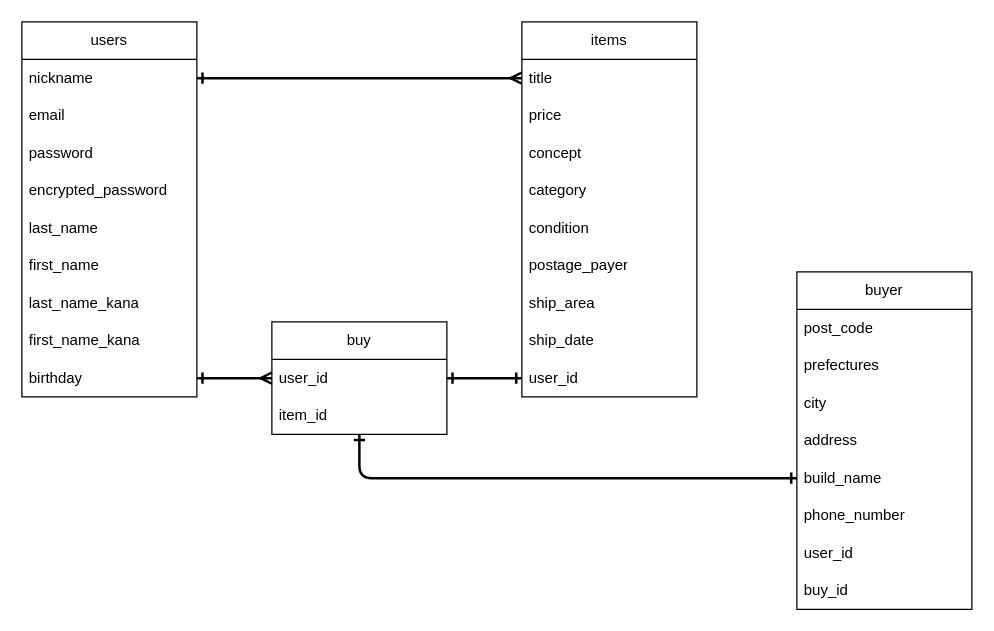
Above: er.dio in nobuyuki-hirai/furima-38643 (draw.io), before the change. Source tidied: cells renumbered, new cells numbered last; positions are measured from the earlier drawing's top-left corner, leaving out a move shared by most shapes. Both pictures are drawn from the tidied source at 125%, with x=0, y=0 at pixel (21, 21).
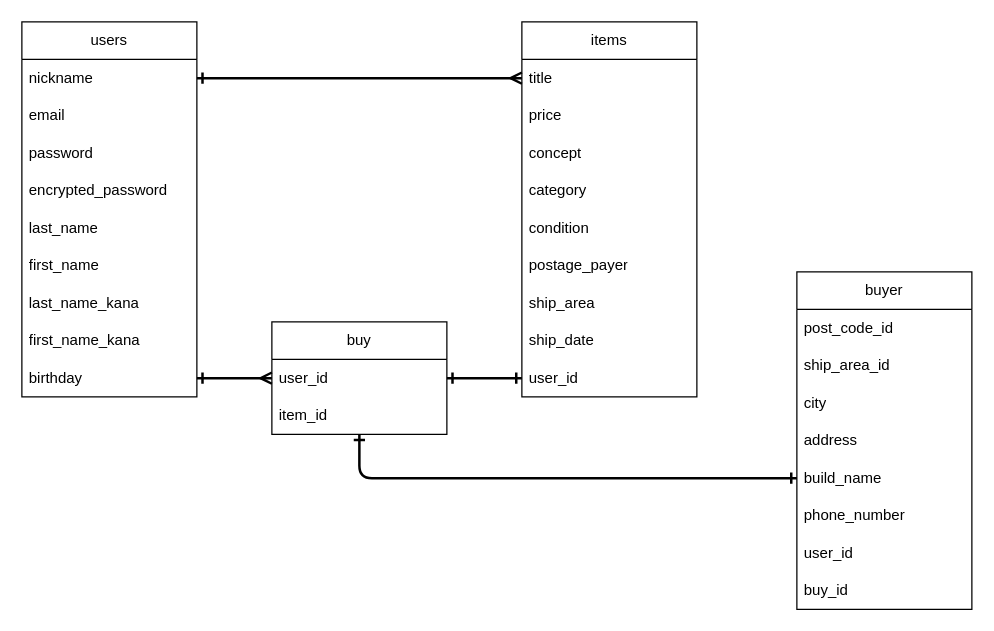
The same diagram, later.

Commit message (it also covers changes not shown here):
buyerテーブル カラムの修正

Unchanged cells that the change refers to:
```xml
<mxCell id="22" value="buyer" style="swimlane;fontStyle=0;horizontal=1;startSize=30;whiteSpace=wrap;html=1;" parent="1" vertex="1">
  <mxGeometry x="620" y="200" width="140" height="270" as="geometry" />
</mxCell>
```

The edit, as a diff of the source:
```diff
@@
-    <mxCell id="23" value="post_code" style="text;strokeColor=none;fillColor=none;align=left;verticalAlign=middle;spacingLeft=4;spacingRight=4;overflow=hidden;whiteSpace=wrap;html=1;" parent="22" vertex="1">
+    <mxCell id="23" value="post_code_id" style="text;strokeColor=none;fillColor=none;align=left;verticalAlign=middle;spacingLeft=4;spacingRight=4;overflow=hidden;whiteSpace=wrap;html=1;" parent="22" vertex="1">
       <mxGeometry y="30" width="140" height="30" as="geometry" />
     </mxCell>
-    <mxCell id="24" value="prefectures" style="text;strokeColor=none;fillColor=none;align=left;verticalAlign=middle;spacingLeft=4;spacingRight=4;overflow=hidden;whiteSpace=wrap;html=1;" parent="22" vertex="1">
-      <mxGeometry y="60" width="140" height="30" as="geometry" />
-    </mxCell>
+    <mxCell id="38" value="ship_area_id" style="text;strokeColor=none;fillColor=none;align=left;verticalAlign=middle;spacingLeft=4;spacingRight=4;overflow=hidden;whiteSpace=wrap;html=1;" parent="22" vertex="1">
+      <mxGeometry y="60" width="140" height="30" as="geometry" />
+    </mxCell>
```
